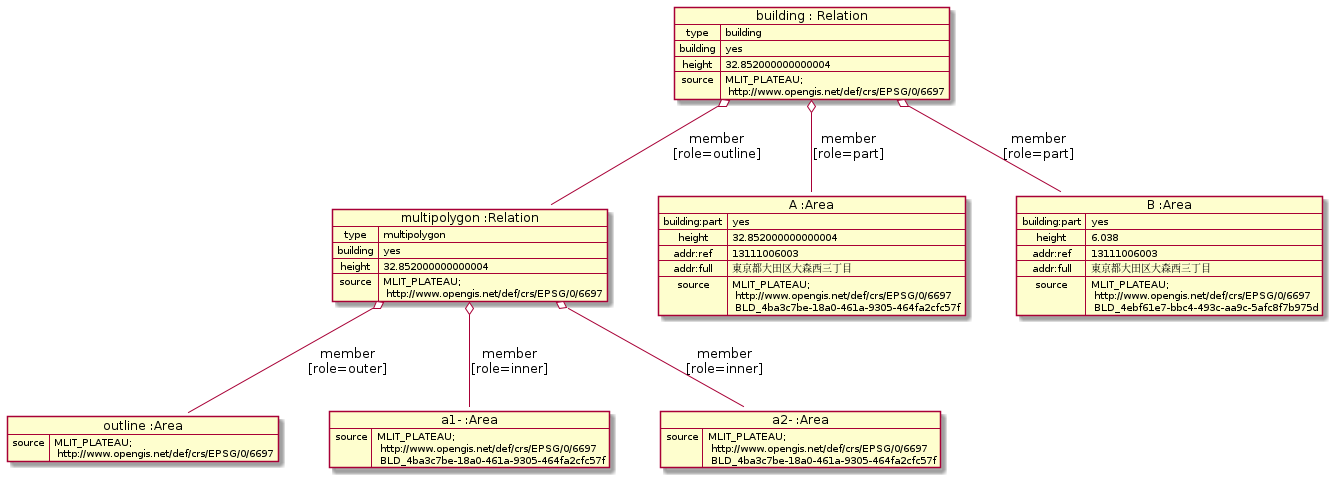
This is doc/building/sample-d-osm.pu.png from yuuhayashi/citygml-osm, a PlantUML export, as it was before one commit.
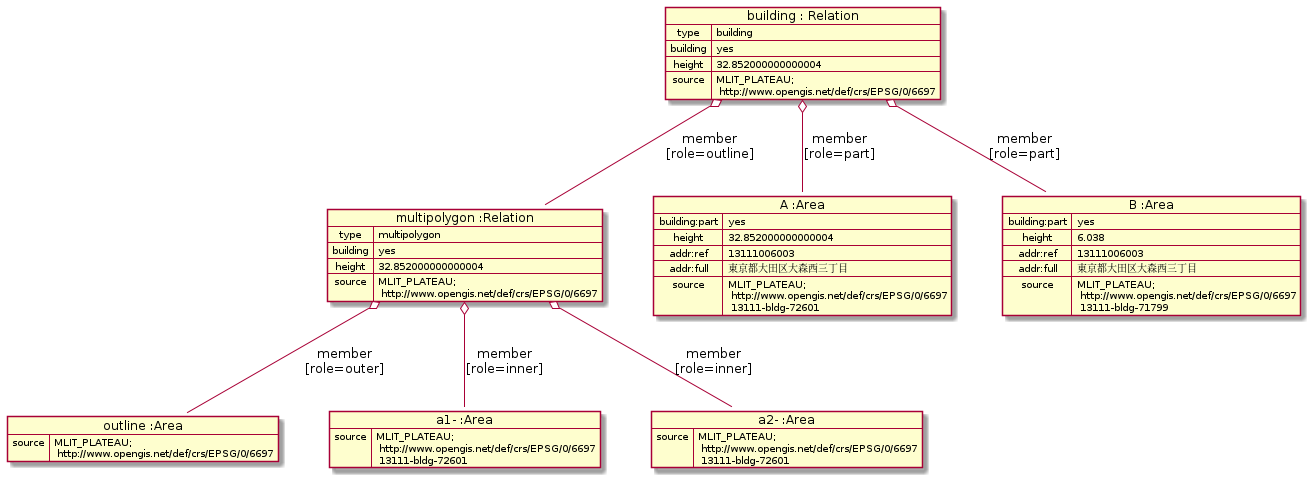
After the commit.

Diff of the diagram source:
```diff
@@ -18,10 +18,10 @@
 }
 
 map "a1- :Area" as a1 {
- source => MLIT_PLATEAU;\n http://www.opengis.net/def/crs/EPSG/0/6697\n BLD_4ba3c7be-18a0-461a-9305-464fa2cfc57f
+ source => MLIT_PLATEAU;\n http://www.opengis.net/def/crs/EPSG/0/6697\n 13111-bldg-72601
 }
 map "a2- :Area" as a2 {
- source => MLIT_PLATEAU;\n http://www.opengis.net/def/crs/EPSG/0/6697\n BLD_4ba3c7be-18a0-461a-9305-464fa2cfc57f
+ source => MLIT_PLATEAU;\n http://www.opengis.net/def/crs/EPSG/0/6697\n 13111-bldg-72601
 }
 
 map "A :Area" as A {
@@ -29,14 +29,14 @@
  height => 32.852000000000004
  addr:ref => 13111006003
  addr:full => 東京都大田区大森西三丁目
- source => MLIT_PLATEAU;\n http://www.opengis.net/def/crs/EPSG/0/6697\n BLD_4ba3c7be-18a0-461a-9305-464fa2cfc57f
+ source => MLIT_PLATEAU;\n http://www.opengis.net/def/crs/EPSG/0/6697\n 13111-bldg-72601
 }
 map "B :Area" as B {
  building:part => yes
  height => 6.038
  addr:ref => 13111006003
  addr:full => 東京都大田区大森西三丁目
- source => MLIT_PLATEAU;\n http://www.opengis.net/def/crs/EPSG/0/6697\n BLD_4ebf61e7-bbc4-493c-aa9c-5afc8f7b975d
+ source => MLIT_PLATEAU;\n http://www.opengis.net/def/crs/EPSG/0/6697\n 13111-bldg-71799
 }
 
 building o-- multipolygon : member\n[role=outline]
```
